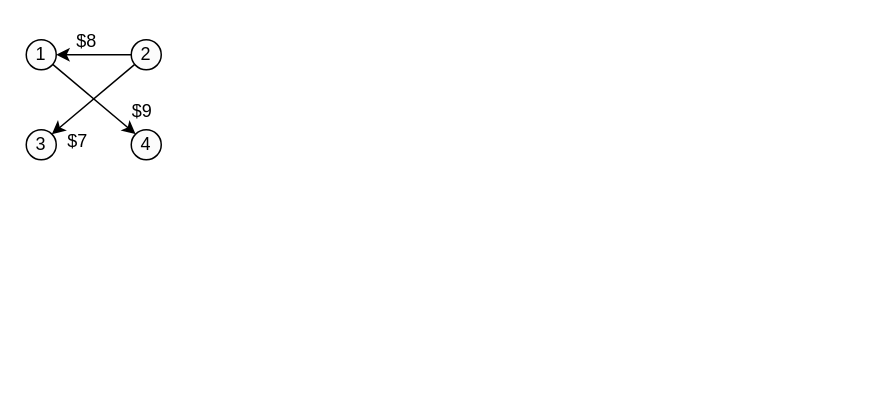
The draw.io diagram assets/images/networks/networks.drawio in slee981/SparklingCorrelation, before the edit. Source tidied: cells renumbered, new cells numbered last; positions are measured from the earlier drawing's top-left corner, leaving out a move shared by most shapes. Both pictures are drawn from the tidied source at 150%, with x=0, y=0 at pixel (26, 26).
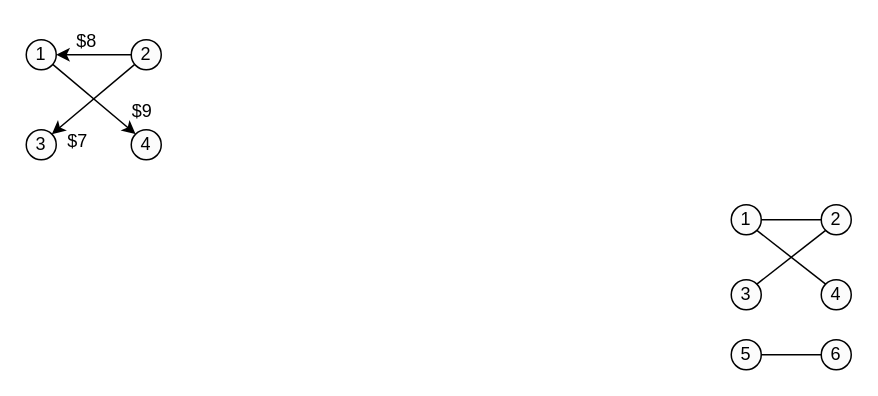
The same diagram, later.

The edit, as a diff of the source:
```diff
@@
+    <mxCell id="12" style="edgeStyle=none;rounded=0;jettySize=auto;html=1;exitX=0;exitY=1;exitDx=0;exitDy=0;entryX=1;entryY=0;entryDx=0;entryDy=0;endArrow=none;endFill=0;" parent="1" edge="1" source="13" target="16">
+      <mxGeometry relative="1" as="geometry" />
+    </mxCell>
+    <mxCell id="13" value="2" style="ellipse;whiteSpace=wrap;html=1;fillColor=#FCFCFC;" parent="1" vertex="1">
+      <mxGeometry x="530" y="119" width="20" height="20" as="geometry" />
+    </mxCell>
+    <mxCell id="14" style="rounded=0;jettySize=auto;html=1;exitX=0;exitY=0;exitDx=0;exitDy=0;endArrow=none;endFill=0;entryX=1;entryY=1;entryDx=0;entryDy=0;" parent="1" edge="1" source="15" target="18">
+      <mxGeometry relative="1" as="geometry" />
+    </mxCell>
+    <mxCell id="15" value="4" style="ellipse;whiteSpace=wrap;html=1;fillColor=#FCFCFC;" parent="1" vertex="1">
+      <mxGeometry x="530" y="169" width="20" height="20" as="geometry" />
+    </mxCell>
+    <mxCell id="16" value="3" style="ellipse;whiteSpace=wrap;html=1;fillColor=#FCFCFC;" parent="1" vertex="1">
+      <mxGeometry x="470" y="169" width="20" height="20" as="geometry" />
+    </mxCell>
+    <mxCell id="17" style="edgeStyle=orthogonalEdgeStyle;rounded=0;jettySize=auto;html=1;exitX=1;exitY=0.5;exitDx=0;exitDy=0;entryX=0;entryY=0.5;entryDx=0;entryDy=0;endArrow=none;endFill=0;" parent="1" edge="1" source="18" target="13">
+      <mxGeometry relative="1" as="geometry" />
+    </mxCell>
+    <mxCell id="18" value="1" style="ellipse;whiteSpace=wrap;html=1;fillColor=#FCFCFC;" parent="1" vertex="1">
+      <mxGeometry x="470" y="119" width="20" height="20" as="geometry" />
+    </mxCell>
+    <mxCell id="19" style="edgeStyle=none;rounded=0;jettySize=auto;html=1;exitX=1;exitY=0.5;exitDx=0;exitDy=0;entryX=0;entryY=0.5;entryDx=0;entryDy=0;endArrow=none;endFill=0;" parent="1" edge="1" source="20" target="21">
+      <mxGeometry relative="1" as="geometry" />
+    </mxCell>
+    <mxCell id="20" value="5" style="ellipse;whiteSpace=wrap;html=1;fillColor=#FCFCFC;" parent="1" vertex="1">
+      <mxGeometry x="470" y="209" width="20" height="20" as="geometry" />
+    </mxCell>
+    <mxCell id="21" value="6" style="ellipse;whiteSpace=wrap;html=1;fillColor=#FCFCFC;" parent="1" vertex="1">
+      <mxGeometry x="530" y="209" width="20" height="20" as="geometry" />
+    </mxCell>
```
